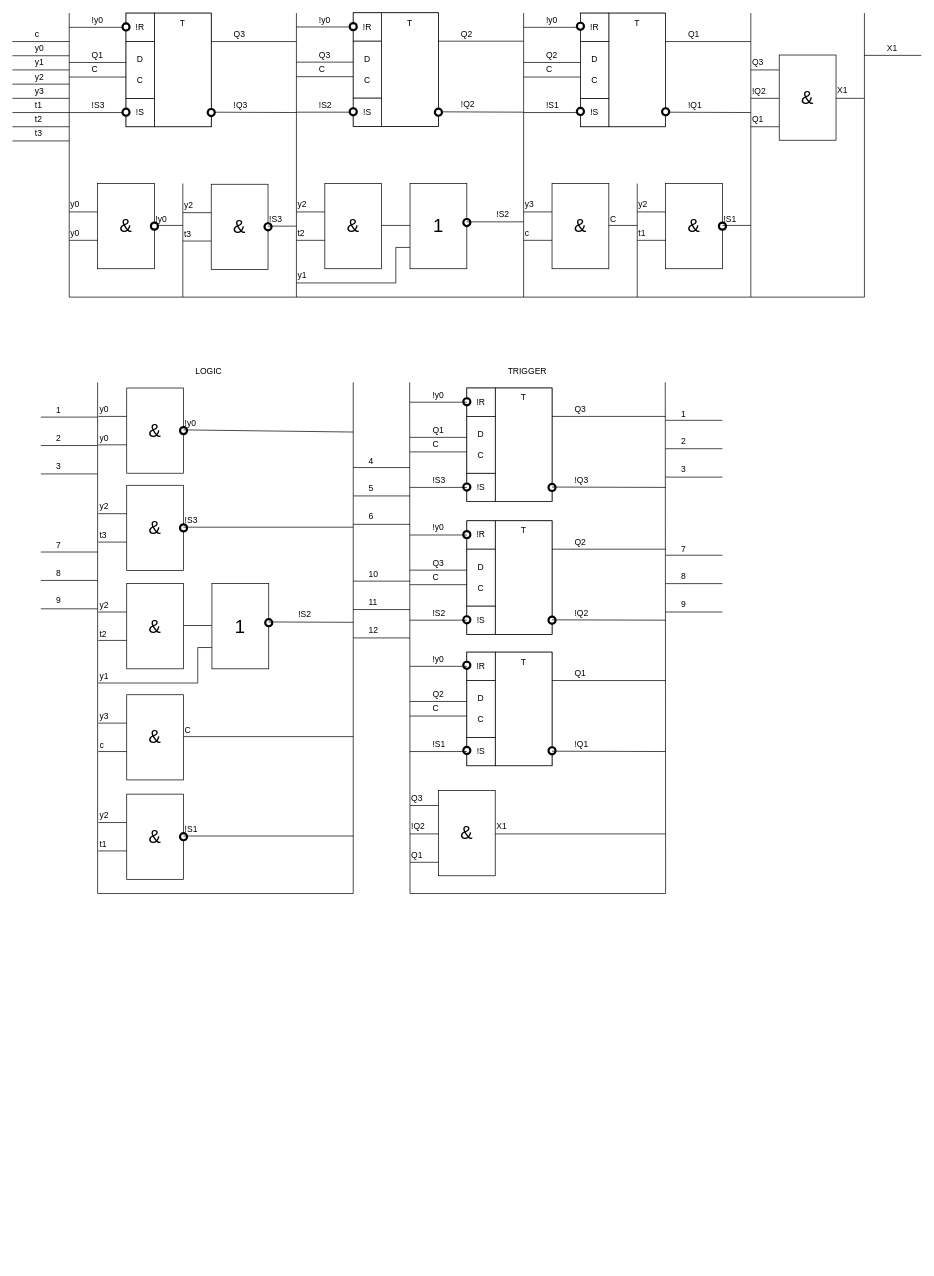
The draw.io diagram d_based_register.drawio in nayutalienx/digital_circuits, before the edit. Source tidied: cells renumbered, new cells numbered last; positions are measured from the earlier drawing's top-left corner, leaving out a move shared by most shapes. Both pictures are drawn from the tidied source at 71%, with x=0, y=0 at pixel (12, 13).
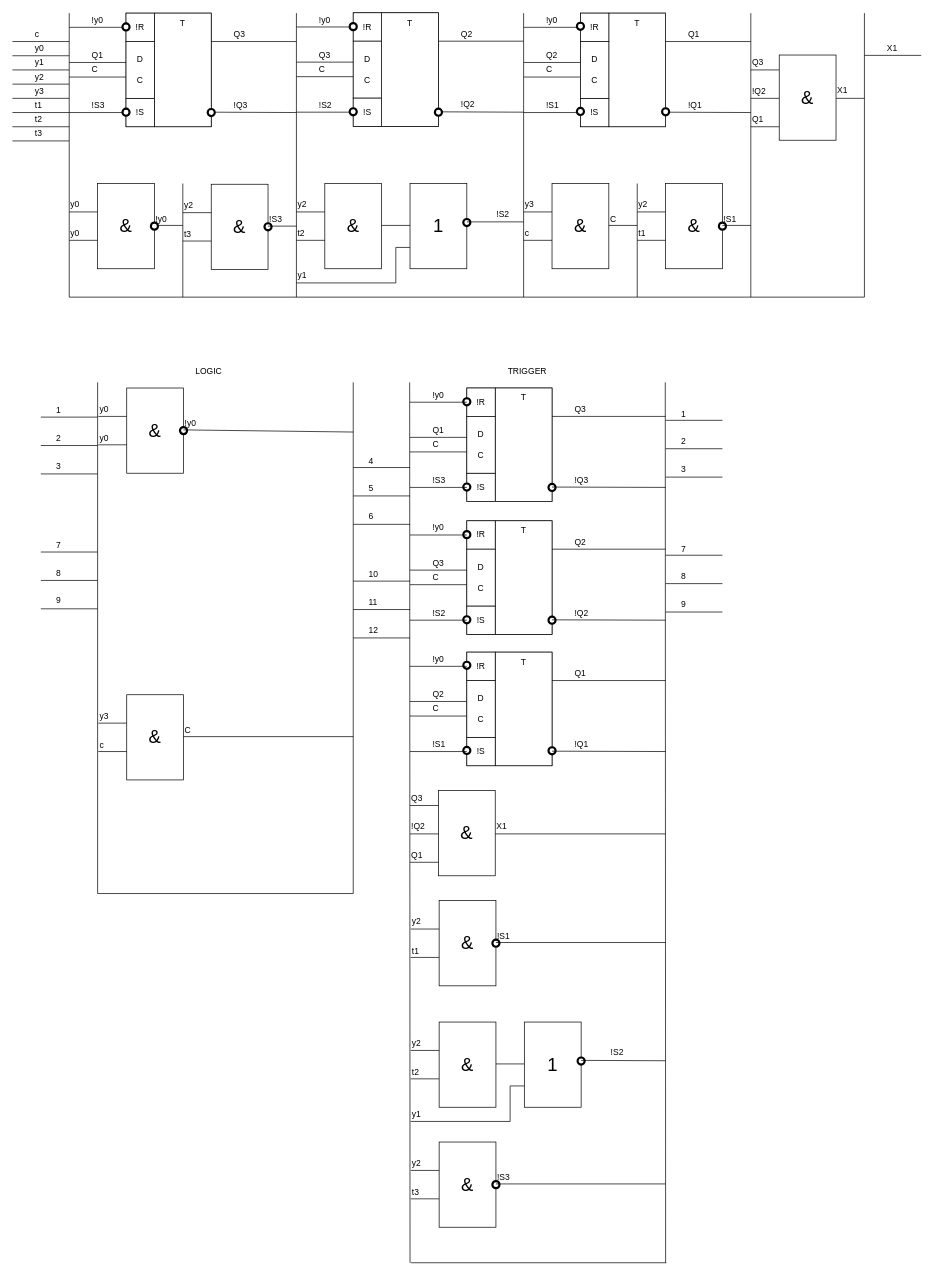
The same diagram, later.

The edit, as a diff of the source:
```diff
@@
     <mxCell id="146" style="endArrow=none;html=1;" parent="1" edge="1">
       <mxGeometry relative="1" as="geometry">
-        <mxPoint x="560" y="1240" as="sourcePoint" />
+        <mxPoint x="560" y="1760" as="sourcePoint" />
         <mxPoint x="559.5" y="520" as="targetPoint" />
       </mxGeometry>
     </mxCell>
     <mxCell id="147" style="endArrow=none;html=1;" parent="1" edge="1">
       <mxGeometry relative="1" as="geometry">
-        <mxPoint x="560" y="1240" as="sourcePoint" />
-        <mxPoint x="920" y="1240" as="targetPoint" />
+        <mxPoint x="561" y="1760" as="sourcePoint" />
+        <mxPoint x="921" y="1760" as="targetPoint" />
       </mxGeometry>
     </mxCell>
     <mxCell id="148" style="endArrow=none;html=1;" parent="1" edge="1">
       <mxGeometry relative="1" as="geometry">
-        <mxPoint x="920" y="1240" as="sourcePoint" />
+        <mxPoint x="920" y="1760" as="sourcePoint" />
         <mxPoint x="919.5" y="520" as="targetPoint" />
       </mxGeometry>
     </mxCell>
@@
-    <mxCell id="194" value="&lt;font style=&quot;font-size: 26px&quot;&gt;&amp;amp;&lt;/font&gt;" style="rounded=0;whiteSpace=wrap;html=1;" parent="1" vertex="1">
-      <mxGeometry x="161" y="665" width="80" height="120" as="geometry" />
-    </mxCell>
-    <mxCell id="195" value="!S3" style="text;html=1;align=left;verticalAlign=top;spacingTop=-4;" parent="1" vertex="1">
-      <mxGeometry x="241" y="705" width="30" height="20" as="geometry" />
-    </mxCell>
-    <mxCell id="196" style="shape=mxgraph.bpmn.shape;html=1;verticalLabelPosition=bottom;labelBackgroundColor=#ffffff;verticalAlign=top;align=center;perimeter=ellipsePerimeter;outline=end;symbol=general;" parent="1" vertex="1">
-      <mxGeometry x="236" y="720" width="10" height="10" as="geometry" />
-    </mxCell>
-    <mxCell id="197" style="endArrow=none;html=1;" parent="1" edge="1">
-      <mxGeometry relative="1" as="geometry">
-        <mxPoint x="121" y="745" as="sourcePoint" />
-        <mxPoint x="161" y="745" as="targetPoint" />
-      </mxGeometry>
-    </mxCell>
-    <mxCell id="198" value="t3" style="text;html=1;align=left;verticalAlign=top;spacingTop=-4;" parent="1" vertex="1">
-      <mxGeometry x="121" y="726" width="30" height="20" as="geometry" />
-    </mxCell>
-    <mxCell id="199" value="y2" style="text;html=1;align=left;verticalAlign=top;spacingTop=-4;" parent="1" vertex="1">
-      <mxGeometry x="121" y="685" width="30" height="20" as="geometry" />
-    </mxCell>
-    <mxCell id="200" style="endArrow=none;html=1;" parent="1" edge="1">
-      <mxGeometry relative="1" as="geometry">
-        <mxPoint x="121" y="705" as="sourcePoint" />
-        <mxPoint x="161" y="705" as="targetPoint" />
-      </mxGeometry>
-    </mxCell>
-    <mxCell id="201" style="endArrow=none;html=1;" parent="1" edge="1">
-      <mxGeometry relative="1" as="geometry">
-        <mxPoint x="241" y="724" as="sourcePoint" />
-        <mxPoint x="480" y="724" as="targetPoint" />
-      </mxGeometry>
-    </mxCell>
-    <mxCell id="202" value="&lt;font style=&quot;font-size: 26px&quot;&gt;&amp;amp;&lt;/font&gt;" style="rounded=0;whiteSpace=wrap;html=1;" parent="1" vertex="1">
-      <mxGeometry x="161" y="803.5" width="80" height="120" as="geometry" />
-    </mxCell>
-    <mxCell id="203" style="endArrow=none;html=1;" parent="1" edge="1">
-      <mxGeometry relative="1" as="geometry">
-        <mxPoint x="241" y="862.5" as="sourcePoint" />
-        <mxPoint x="281" y="862.5" as="targetPoint" />
-      </mxGeometry>
-    </mxCell>
-    <mxCell id="204" value="&lt;font style=&quot;font-size: 26px&quot;&gt;1&lt;/font&gt;" style="rounded=0;whiteSpace=wrap;html=1;" parent="1" vertex="1">
-      <mxGeometry x="281" y="803.5" width="80" height="120" as="geometry" />
-    </mxCell>
-    <mxCell id="205" style="endArrow=none;html=1;" parent="1" edge="1">
-      <mxGeometry relative="1" as="geometry">
-        <mxPoint x="261" y="943.5" as="sourcePoint" />
-        <mxPoint x="261" y="893.5" as="targetPoint" />
-      </mxGeometry>
-    </mxCell>
-    <mxCell id="206" style="endArrow=none;html=1;" parent="1" edge="1">
-      <mxGeometry relative="1" as="geometry">
-        <mxPoint x="261" y="893.5" as="sourcePoint" />
-        <mxPoint x="281" y="893.5" as="targetPoint" />
-      </mxGeometry>
-    </mxCell>
-    <mxCell id="207" style="shape=mxgraph.bpmn.shape;html=1;verticalLabelPosition=bottom;labelBackgroundColor=#ffffff;verticalAlign=top;align=center;perimeter=ellipsePerimeter;outline=end;symbol=general;" parent="1" vertex="1">
-      <mxGeometry x="356" y="853.5" width="10" height="10" as="geometry" />
-    </mxCell>
-    <mxCell id="208" value="y1" style="text;html=1;align=left;verticalAlign=top;spacingTop=-4;" parent="1" vertex="1">
-      <mxGeometry x="121" y="923.5" width="30" height="20" as="geometry" />
-    </mxCell>
-    <mxCell id="209" style="endArrow=none;html=1;" parent="1" edge="1">
-      <mxGeometry relative="1" as="geometry">
-        <mxPoint x="121" y="943.5" as="sourcePoint" />
-        <mxPoint x="261" y="943.5" as="targetPoint" />
-      </mxGeometry>
-    </mxCell>
-    <mxCell id="210" value="t2" style="text;html=1;align=left;verticalAlign=top;spacingTop=-4;" parent="1" vertex="1">
-      <mxGeometry x="121" y="864.5" width="30" height="20" as="geometry" />
-    </mxCell>
-    <mxCell id="211" style="endArrow=none;html=1;" parent="1" edge="1">
-      <mxGeometry relative="1" as="geometry">
-        <mxPoint x="121" y="883.5" as="sourcePoint" />
-        <mxPoint x="161" y="883.5" as="targetPoint" />
-      </mxGeometry>
-    </mxCell>
-    <mxCell id="212" value="y2" style="text;html=1;align=left;verticalAlign=top;spacingTop=-4;" parent="1" vertex="1">
-      <mxGeometry x="121" y="823.5" width="30" height="20" as="geometry" />
-    </mxCell>
-    <mxCell id="213" style="endArrow=none;html=1;" parent="1" edge="1">
-      <mxGeometry relative="1" as="geometry">
-        <mxPoint x="121" y="843.5" as="sourcePoint" />
-        <mxPoint x="161" y="843.5" as="targetPoint" />
-      </mxGeometry>
-    </mxCell>
-    <mxCell id="214" value="!S2" style="text;html=1;align=left;verticalAlign=top;spacingTop=-4;" parent="1" vertex="1">
-      <mxGeometry x="401" y="836.5" width="30" height="20" as="geometry" />
-    </mxCell>
-    <mxCell id="215" style="endArrow=none;html=1;" parent="1" edge="1">
-      <mxGeometry relative="1" as="geometry">
-        <mxPoint x="361" y="857.5" as="sourcePoint" />
-        <mxPoint x="480" y="858" as="targetPoint" />
-      </mxGeometry>
-    </mxCell>
@@
-    <mxCell id="223" value="&lt;font style=&quot;font-size: 26px&quot;&gt;&amp;amp;&lt;/font&gt;" style="rounded=0;whiteSpace=wrap;html=1;" parent="1" vertex="1">
-      <mxGeometry x="161" y="1100" width="80" height="120" as="geometry" />
-    </mxCell>
-    <mxCell id="224" value="!S1" style="text;html=1;align=left;verticalAlign=top;spacingTop=-4;" parent="1" vertex="1">
-      <mxGeometry x="241" y="1140" width="30" height="20" as="geometry" />
-    </mxCell>
-    <mxCell id="225" style="shape=mxgraph.bpmn.shape;html=1;verticalLabelPosition=bottom;labelBackgroundColor=#ffffff;verticalAlign=top;align=center;perimeter=ellipsePerimeter;outline=end;symbol=general;" parent="1" vertex="1">
-      <mxGeometry x="236" y="1155" width="10" height="10" as="geometry" />
-    </mxCell>
-    <mxCell id="226" value="t1" style="text;html=1;align=left;verticalAlign=top;spacingTop=-4;" parent="1" vertex="1">
-      <mxGeometry x="121" y="1161" width="30" height="20" as="geometry" />
-    </mxCell>
-    <mxCell id="227" style="endArrow=none;html=1;" parent="1" edge="1">
-      <mxGeometry relative="1" as="geometry">
-        <mxPoint x="121" y="1180" as="sourcePoint" />
-        <mxPoint x="161" y="1180" as="targetPoint" />
-      </mxGeometry>
-    </mxCell>
-    <mxCell id="228" value="y2" style="text;html=1;align=left;verticalAlign=top;spacingTop=-4;" parent="1" vertex="1">
-      <mxGeometry x="121" y="1120" width="30" height="20" as="geometry" />
-    </mxCell>
-    <mxCell id="229" style="endArrow=none;html=1;" parent="1" edge="1">
-      <mxGeometry relative="1" as="geometry">
-        <mxPoint x="121" y="1140" as="sourcePoint" />
-        <mxPoint x="161" y="1140" as="targetPoint" />
-      </mxGeometry>
-    </mxCell>
-    <mxCell id="230" style="endArrow=none;html=1;" parent="1" edge="1">
-      <mxGeometry relative="1" as="geometry">
-        <mxPoint x="241" y="1159" as="sourcePoint" />
-        <mxPoint x="480" y="1159" as="targetPoint" />
-      </mxGeometry>
-    </mxCell>
@@
+    <mxCell id="300" value="&lt;font style=&quot;font-size: 26px&quot;&gt;&amp;amp;&lt;/font&gt;" style="rounded=0;whiteSpace=wrap;html=1;" parent="1" vertex="1">
+      <mxGeometry x="601" y="1421" width="80" height="120" as="geometry" />
+    </mxCell>
+    <mxCell id="301" style="endArrow=none;html=1;" parent="1" edge="1">
+      <mxGeometry relative="1" as="geometry">
+        <mxPoint x="681" y="1480" as="sourcePoint" />
+        <mxPoint x="721" y="1480" as="targetPoint" />
+      </mxGeometry>
+    </mxCell>
+    <mxCell id="204" value="&lt;font style=&quot;font-size: 26px&quot;&gt;1&lt;/font&gt;" style="rounded=0;whiteSpace=wrap;html=1;" parent="1" vertex="1">
+      <mxGeometry x="721" y="1421" width="80" height="120" as="geometry" />
+    </mxCell>
+    <mxCell id="302" style="endArrow=none;html=1;" parent="1" edge="1">
+      <mxGeometry relative="1" as="geometry">
+        <mxPoint x="701" y="1561" as="sourcePoint" />
+        <mxPoint x="701" y="1511" as="targetPoint" />
+      </mxGeometry>
+    </mxCell>
+    <mxCell id="303" style="endArrow=none;html=1;" parent="1" edge="1">
+      <mxGeometry relative="1" as="geometry">
+        <mxPoint x="701" y="1511" as="sourcePoint" />
+        <mxPoint x="721" y="1511" as="targetPoint" />
+      </mxGeometry>
+    </mxCell>
+    <mxCell id="304" style="shape=mxgraph.bpmn.shape;html=1;verticalLabelPosition=bottom;labelBackgroundColor=#ffffff;verticalAlign=top;align=center;perimeter=ellipsePerimeter;outline=end;symbol=general;" parent="1" vertex="1">
+      <mxGeometry x="796" y="1471" width="10" height="10" as="geometry" />
+    </mxCell>
+    <mxCell id="214" value="!S2" style="text;html=1;align=left;verticalAlign=top;spacingTop=-4;" parent="1" vertex="1">
+      <mxGeometry x="841" y="1454" width="30" height="20" as="geometry" />
+    </mxCell>
+    <mxCell id="305" style="endArrow=none;html=1;" parent="1" edge="1">
+      <mxGeometry relative="1" as="geometry">
+        <mxPoint x="801" y="1475" as="sourcePoint" />
+        <mxPoint x="920" y="1475.5" as="targetPoint" />
+      </mxGeometry>
+    </mxCell>
+    <mxCell id="306" style="endArrow=none;html=1;" parent="1" edge="1">
+      <mxGeometry relative="1" as="geometry">
+        <mxPoint x="561" y="1561" as="sourcePoint" />
+        <mxPoint x="701" y="1561" as="targetPoint" />
+      </mxGeometry>
+    </mxCell>
+    <mxCell id="208" value="y1" style="text;html=1;align=left;verticalAlign=top;spacingTop=-4;" parent="1" vertex="1">
+      <mxGeometry x="561" y="1541" width="30" height="20" as="geometry" />
+    </mxCell>
+    <mxCell id="210" value="t2" style="text;html=1;align=left;verticalAlign=top;spacingTop=-4;" parent="1" vertex="1">
+      <mxGeometry x="561" y="1482" width="30" height="20" as="geometry" />
+    </mxCell>
+    <mxCell id="307" style="endArrow=none;html=1;" parent="1" edge="1">
+      <mxGeometry relative="1" as="geometry">
+        <mxPoint x="561" y="1501" as="sourcePoint" />
+        <mxPoint x="601" y="1501" as="targetPoint" />
+      </mxGeometry>
+    </mxCell>
+    <mxCell id="308" value="y2" style="text;html=1;align=left;verticalAlign=top;spacingTop=-4;" parent="1" vertex="1">
+      <mxGeometry x="561" y="1441" width="30" height="20" as="geometry" />
+    </mxCell>
+    <mxCell id="309" style="endArrow=none;html=1;" parent="1" edge="1">
+      <mxGeometry relative="1" as="geometry">
+        <mxPoint x="561" y="1461" as="sourcePoint" />
+        <mxPoint x="601" y="1461" as="targetPoint" />
+      </mxGeometry>
+    </mxCell>
+    <mxCell id="310" value="&lt;font style=&quot;font-size: 26px&quot;&gt;&amp;amp;&lt;/font&gt;" style="rounded=0;whiteSpace=wrap;html=1;" parent="1" vertex="1">
+      <mxGeometry x="601" y="1250" width="80" height="120" as="geometry" />
+    </mxCell>
+    <mxCell id="224" value="!S1" style="text;html=1;align=left;verticalAlign=top;spacingTop=-4;" parent="1" vertex="1">
+      <mxGeometry x="681" y="1290" width="30" height="20" as="geometry" />
+    </mxCell>
+    <mxCell id="311" style="shape=mxgraph.bpmn.shape;html=1;verticalLabelPosition=bottom;labelBackgroundColor=#ffffff;verticalAlign=top;align=center;perimeter=ellipsePerimeter;outline=end;symbol=general;" parent="1" vertex="1">
+      <mxGeometry x="676" y="1305" width="10" height="10" as="geometry" />
+    </mxCell>
+    <mxCell id="312" style="endArrow=none;html=1;" parent="1" edge="1">
+      <mxGeometry relative="1" as="geometry">
+        <mxPoint x="681" y="1309" as="sourcePoint" />
+        <mxPoint x="920" y="1309" as="targetPoint" />
+      </mxGeometry>
+    </mxCell>
+    <mxCell id="226" value="t1" style="text;html=1;align=left;verticalAlign=top;spacingTop=-4;" parent="1" vertex="1">
+      <mxGeometry x="561" y="1311" width="30" height="20" as="geometry" />
+    </mxCell>
+    <mxCell id="313" style="endArrow=none;html=1;" parent="1" edge="1">
+      <mxGeometry relative="1" as="geometry">
+        <mxPoint x="561" y="1330" as="sourcePoint" />
+        <mxPoint x="601" y="1330" as="targetPoint" />
+      </mxGeometry>
+    </mxCell>
+    <mxCell id="314" value="y2" style="text;html=1;align=left;verticalAlign=top;spacingTop=-4;" parent="1" vertex="1">
+      <mxGeometry x="561" y="1270" width="30" height="20" as="geometry" />
+    </mxCell>
+    <mxCell id="315" style="endArrow=none;html=1;" parent="1" edge="1">
+      <mxGeometry relative="1" as="geometry">
+        <mxPoint x="561" y="1290" as="sourcePoint" />
+        <mxPoint x="601" y="1290" as="targetPoint" />
+      </mxGeometry>
+    </mxCell>
+    <mxCell id="316" value="&lt;font style=&quot;font-size: 26px&quot;&gt;&amp;amp;&lt;/font&gt;" style="rounded=0;whiteSpace=wrap;html=1;" parent="1" vertex="1">
+      <mxGeometry x="601" y="1590" width="80" height="120" as="geometry" />
+    </mxCell>
+    <mxCell id="195" value="!S3" style="text;html=1;align=left;verticalAlign=top;spacingTop=-4;" parent="1" vertex="1">
+      <mxGeometry x="681" y="1630" width="30" height="20" as="geometry" />
+    </mxCell>
+    <mxCell id="317" style="shape=mxgraph.bpmn.shape;html=1;verticalLabelPosition=bottom;labelBackgroundColor=#ffffff;verticalAlign=top;align=center;perimeter=ellipsePerimeter;outline=end;symbol=general;" parent="1" vertex="1">
+      <mxGeometry x="676" y="1645" width="10" height="10" as="geometry" />
+    </mxCell>
+    <mxCell id="198" value="t3" style="text;html=1;align=left;verticalAlign=top;spacingTop=-4;" parent="1" vertex="1">
+      <mxGeometry x="561" y="1651" width="30" height="20" as="geometry" />
+    </mxCell>
+    <mxCell id="318" style="endArrow=none;html=1;" parent="1" edge="1">
+      <mxGeometry relative="1" as="geometry">
+        <mxPoint x="561" y="1670" as="sourcePoint" />
+        <mxPoint x="601" y="1670" as="targetPoint" />
+      </mxGeometry>
+    </mxCell>
+    <mxCell id="319" value="y2" style="text;html=1;align=left;verticalAlign=top;spacingTop=-4;" parent="1" vertex="1">
+      <mxGeometry x="561" y="1610" width="30" height="20" as="geometry" />
+    </mxCell>
+    <mxCell id="320" style="endArrow=none;html=1;" parent="1" edge="1">
+      <mxGeometry relative="1" as="geometry">
+        <mxPoint x="561" y="1630" as="sourcePoint" />
+        <mxPoint x="601" y="1630" as="targetPoint" />
+      </mxGeometry>
+    </mxCell>
+    <mxCell id="321" style="endArrow=none;html=1;" parent="1" edge="1">
+      <mxGeometry relative="1" as="geometry">
+        <mxPoint x="681" y="1649" as="sourcePoint" />
+        <mxPoint x="920" y="1649" as="targetPoint" />
+      </mxGeometry>
+    </mxCell>
```
